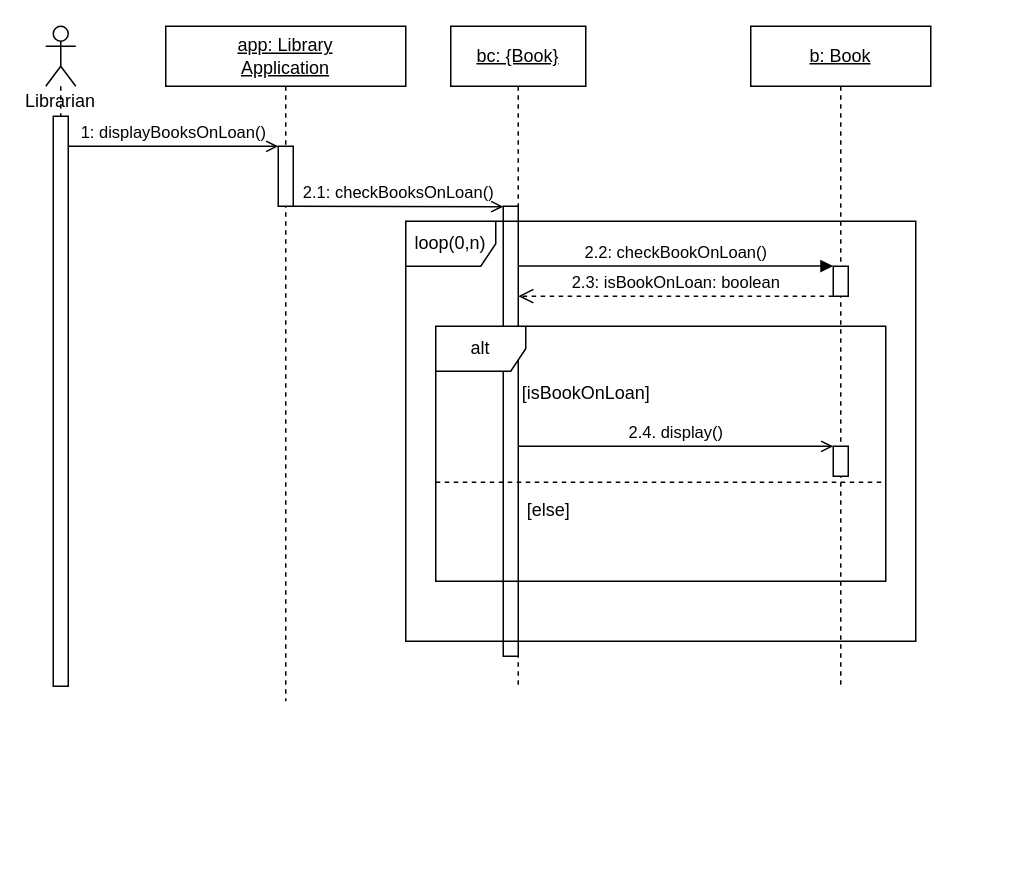
Above: UML/SD4 Display books on loan.drawio in Halozhan/2023-2-LibraryApplication (draw.io), before the change. Source tidied: cells renumbered, new cells numbered last; positions are measured from the earlier drawing's top-left corner, leaving out a move shared by most shapes. Both pictures are drawn from the tidied source at 150%, with x=0, y=0 at pixel (45, 26).
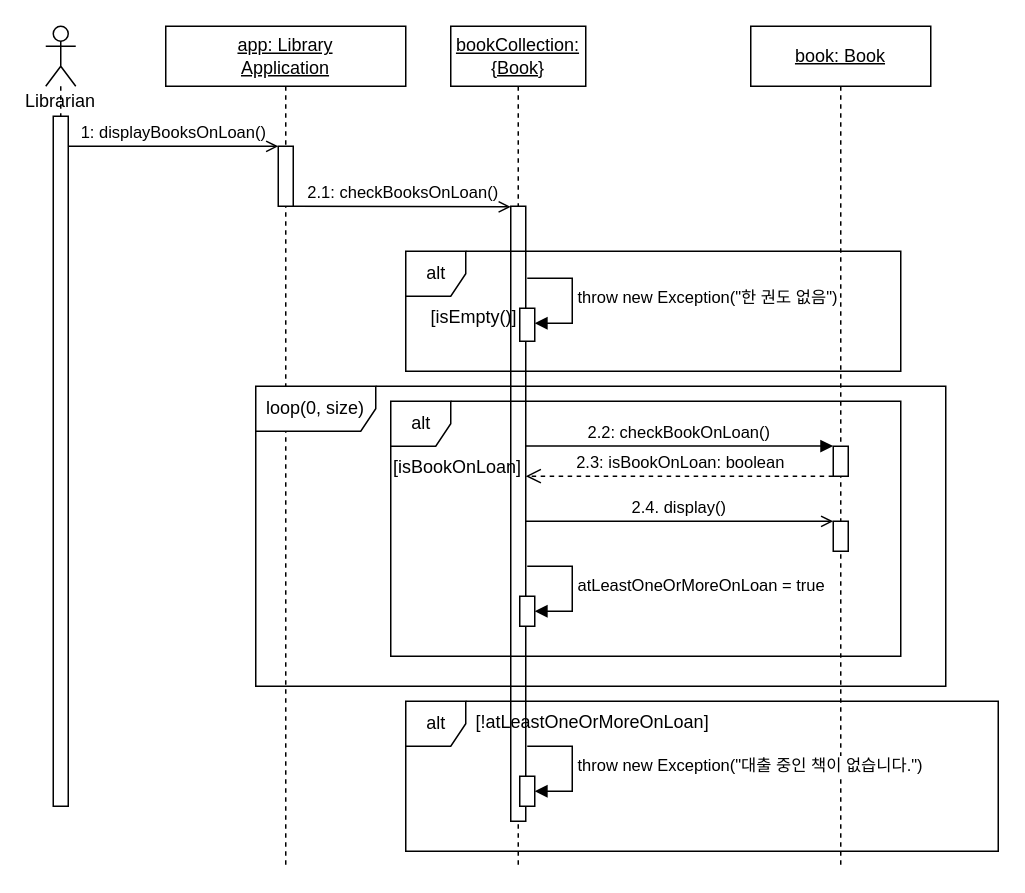
The same page after the edit.

What changed in the source:
```diff
@@
     <mxCell id="2" value="Librarian&lt;br&gt;" style="shape=umlLifeline;participant=umlActor;perimeter=lifelinePerimeter;whiteSpace=wrap;html=1;verticalAlign=top;spacingTop=36;outlineConnect=0;" parent="1" vertex="1">
-      <mxGeometry width="20" height="440" as="geometry" />
+      <mxGeometry width="20" height="520" as="geometry" />
     </mxCell>
@@
     <mxCell id="4" style="html=1;points=[];perimeter=orthogonalPerimeter;" parent="2" vertex="1">
-      <mxGeometry x="5" y="60" width="10" height="380" as="geometry" />
+      <mxGeometry x="5" y="60" width="10" height="460" as="geometry" />
     </mxCell>
     <mxCell id="5" value="&lt;u&gt;app: Library&lt;br&gt;Application&lt;/u&gt;" style="shape=umlLifeline;perimeter=lifelinePerimeter;whiteSpace=wrap;html=1;" parent="1" vertex="1">
-      <mxGeometry x="80" width="160" height="450" as="geometry" />
+      <mxGeometry x="80" width="160" height="560" as="geometry" />
     </mxCell>
@@
-    <mxCell id="7" value="&lt;u style=&quot;&quot;&gt;b: Book&lt;/u&gt;" style="shape=umlLifeline;perimeter=lifelinePerimeter;whiteSpace=wrap;html=1;" parent="1" vertex="1">
-      <mxGeometry x="470" width="120" height="440" as="geometry" />
+    <mxCell id="7" value="&lt;u style=&quot;&quot;&gt;book: Book&lt;/u&gt;" style="shape=umlLifeline;perimeter=lifelinePerimeter;whiteSpace=wrap;html=1;" parent="1" vertex="1">
+      <mxGeometry x="470" width="120" height="560" as="geometry" />
     </mxCell>
     <mxCell id="8" style="html=1;points=[];perimeter=orthogonalPerimeter;" parent="7" vertex="1">
-      <mxGeometry x="55" y="160" width="10" height="20" as="geometry" />
+      <mxGeometry x="55" y="280" width="10" height="20" as="geometry" />
     </mxCell>
     <mxCell id="9" style="html=1;points=[];perimeter=orthogonalPerimeter;" parent="7" vertex="1">
-      <mxGeometry x="55" y="280" width="10" height="20" as="geometry" />
+      <mxGeometry x="55" y="330" width="10" height="20" as="geometry" />
     </mxCell>
@@
-    <mxCell id="14" value="&lt;u&gt;bc: {Book}&lt;/u&gt;" style="shape=umlLifeline;perimeter=lifelinePerimeter;whiteSpace=wrap;html=1;" parent="1" vertex="1">
-      <mxGeometry x="270" width="90" height="440" as="geometry" />
+    <mxCell id="14" value="&lt;u&gt;bookCollection: {Book}&lt;/u&gt;" style="shape=umlLifeline;perimeter=lifelinePerimeter;whiteSpace=wrap;html=1;" parent="1" vertex="1">
+      <mxGeometry x="270" width="90" height="560" as="geometry" />
     </mxCell>
     <mxCell id="15" style="html=1;points=[];perimeter=orthogonalPerimeter;" parent="14" vertex="1">
-      <mxGeometry x="35" y="120" width="10" height="300" as="geometry" />
+      <mxGeometry x="40" y="120" width="10" height="410" as="geometry" />
     </mxCell>
+    <mxCell id="22" style="html=1;points=[[0,0,0,0,5],[0,1,0,0,-5],[1,0,0,0,5],[1,1,0,0,-5]];perimeter=orthogonalPerimeter;outlineConnect=0;targetShapes=umlLifeline;portConstraint=eastwest;newEdgeStyle={&quot;curved&quot;:0,&quot;rounded&quot;:0};" parent="14" vertex="1">
+      <mxGeometry x="46" y="188" width="10" height="22" as="geometry" />
+    </mxCell>
+    <mxCell id="23" value="throw new Exception(&quot;한 권도 없음&quot;)" style="html=1;align=left;spacingLeft=2;endArrow=block;rounded=0;edgeStyle=orthogonalEdgeStyle;curved=0;rounded=0;" parent="14" edge="1" target="22">
+      <mxGeometry relative="1" as="geometry">
+        <mxPoint x="51" y="168" as="sourcePoint" />
+        <Array as="points">
+          <mxPoint x="81" y="198" />
+        </Array>
+      </mxGeometry>
+    </mxCell>
+    <mxCell id="24" style="html=1;points=[[0,0,0,0,5],[0,1,0,0,-5],[1,0,0,0,5],[1,1,0,0,-5]];perimeter=orthogonalPerimeter;outlineConnect=0;targetShapes=umlLifeline;portConstraint=eastwest;newEdgeStyle={&quot;curved&quot;:0,&quot;rounded&quot;:0};" parent="14" vertex="1">
+      <mxGeometry x="46" y="380" width="10" height="20" as="geometry" />
+    </mxCell>
+    <mxCell id="25" value="atLeastOneOrMoreOnLoan = true" style="html=1;align=left;spacingLeft=2;endArrow=block;rounded=0;edgeStyle=orthogonalEdgeStyle;curved=0;rounded=0;" parent="14" edge="1" target="24">
+      <mxGeometry relative="1" as="geometry">
+        <mxPoint x="51" y="360" as="sourcePoint" />
+        <Array as="points">
+          <mxPoint x="81" y="390" />
+        </Array>
+      </mxGeometry>
+    </mxCell>
+    <mxCell id="26" style="html=1;points=[[0,0,0,0,5],[0,1,0,0,-5],[1,0,0,0,5],[1,1,0,0,-5]];perimeter=orthogonalPerimeter;outlineConnect=0;targetShapes=umlLifeline;portConstraint=eastwest;newEdgeStyle={&quot;curved&quot;:0,&quot;rounded&quot;:0};" parent="14" vertex="1">
+      <mxGeometry x="46" y="500" width="10" height="20" as="geometry" />
+    </mxCell>
+    <mxCell id="27" value="throw new Exception(&quot;대출 중인 책이 없습니다.&quot;)" style="html=1;align=left;spacingLeft=2;endArrow=block;rounded=0;edgeStyle=orthogonalEdgeStyle;curved=0;rounded=0;" parent="14" edge="1" target="26">
+      <mxGeometry relative="1" as="geometry">
+        <mxPoint x="51" y="480" as="sourcePoint" />
+        <Array as="points">
+          <mxPoint x="81" y="510" />
+        </Array>
+      </mxGeometry>
+    </mxCell>
@@
-    <mxCell id="17" value="loop(0,n)" style="shape=umlFrame;whiteSpace=wrap;html=1;" parent="1" vertex="1">
-      <mxGeometry x="240" y="130" width="340" height="280" as="geometry" />
-    </mxCell>
-    <mxCell id="18" value="alt" style="shape=umlFrame;whiteSpace=wrap;html=1;" parent="1" vertex="1">
-      <mxGeometry x="260" y="200" width="300" height="170" as="geometry" />
-    </mxCell>
+    <mxCell id="28" value="alt" style="shape=umlFrame;tabWidth=110;tabHeight=30;tabPosition=left;html=1;boundedLbl=1;labelInHeader=1;width=40;height=30;" parent="1" vertex="1">
+      <mxGeometry x="240" y="150" width="330" height="80" as="geometry" />
+    </mxCell>
+    <mxCell id="29" value="[isEmpty()]" style="text;" parent="28" vertex="1">
+      <mxGeometry width="100" height="20" relative="1" as="geometry">
+        <mxPoint x="15" y="30" as="offset" />
+      </mxGeometry>
+    </mxCell>
+    <mxCell id="30" value="alt" style="shape=umlFrame;tabWidth=110;tabHeight=30;tabPosition=left;html=1;boundedLbl=1;labelInHeader=1;width=40;height=30;" parent="1" vertex="1">
+      <mxGeometry x="230" y="250" width="340" height="170" as="geometry" />
+    </mxCell>
-    <mxCell id="19" value="[isBookOnLoan]" style="text;html=1;align=center;verticalAlign=middle;strokeColor=none;fillColor=none;" parent="1" vertex="1">
-      <mxGeometry x="305" y="230" width="110" height="30" as="geometry" />
+    <mxCell id="19" value="[isBookOnLoan]" style="text;" parent="30" vertex="1">
+      <mxGeometry width="100" height="20" relative="1" as="geometry">
+        <mxPoint y="30" as="offset" />
+      </mxGeometry>
     </mxCell>
-    <mxCell id="20" style="line;strokeWidth=1;fillColor=none;align=left;verticalAlign=middle;spacingTop=-1;spacingLeft=3;spacingRight=3;labelPosition=right;strokeColor=inherit;dashed=1;" parent="1" vertex="1">
-      <mxGeometry x="260" y="300" width="300" height="8" as="geometry" />
-    </mxCell>
-    <mxCell id="21" value="[else]" style="text;html=1;align=center;verticalAlign=middle;strokeColor=none;fillColor=none;" parent="1" vertex="1">
-      <mxGeometry x="310" y="308" width="50" height="30" as="geometry" />
-    </mxCell>
+    <mxCell id="31" value="loop(0, size)" style="shape=umlFrame;whiteSpace=wrap;html=1;width=80;height=30;" parent="1" vertex="1">
+      <mxGeometry x="140" y="240" width="460" height="200" as="geometry" />
+    </mxCell>
+    <mxCell id="32" value="alt" style="shape=umlFrame;tabWidth=110;tabHeight=30;tabPosition=left;html=1;boundedLbl=1;labelInHeader=1;width=40;height=30;" parent="1" vertex="1">
+      <mxGeometry x="240" y="450" width="395" height="100" as="geometry" />
+    </mxCell>
+    <mxCell id="33" value="[!atLeastOneOrMoreOnLoan]" style="text;" parent="32" vertex="1">
+      <mxGeometry width="100" height="20" relative="1" as="geometry">
+        <mxPoint x="45" as="offset" />
+      </mxGeometry>
+    </mxCell>
```
